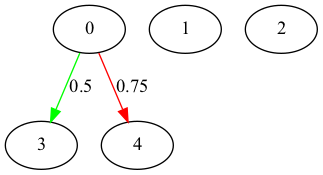
The Graphviz diagram visualizaions/Digraph.gv.png in RoshanNagaram002/NEAT, before a commit. Its source is kept beside it as visualizaions/Digraph.gv.
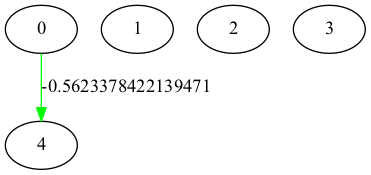
The same diagram one commit later.

Diff of the diagram source:
```diff
@@ -4,6 +4,5 @@
 	2 [label=2]
 	3 [label=3]
 	4 [label=4]
-	0 -> 3 [label=0.5 color=green]
-	0 -> 4 [label=0.75 color=red]
+	0 -> 4 [label=-0.5623378422139471 color=green]
 }
```
